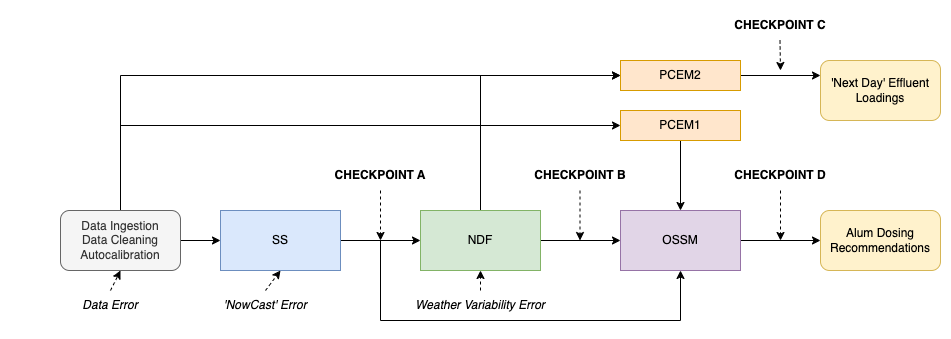
Before: figs/CWSODINCheckpoints.drawio.png, a diagram exported from draw.io (maia-analytica/WRF-ODIN-CWS-Eval). Source tidied: cells renumbered, new cells last; positions are measured from the earlier drawing's top-left corner, leaving out a move shared by most shapes. Source of this version:
```xml
<mxGraphModel>
  <root>
    <mxCell id="0" />
    <mxCell id="1" parent="0" />
    <mxCell id="2" style="edgeStyle=orthogonalEdgeStyle;rounded=0;jettySize=auto;html=1;" parent="1" edge="1" source="5" target="8">
      <mxGeometry relative="1" as="geometry" />
    </mxCell>
    <mxCell id="3" style="edgeStyle=orthogonalEdgeStyle;rounded=0;jettySize=auto;html=1;entryX=0;entryY=0.5;entryDx=0;entryDy=0;" parent="1" edge="1" source="5" target="16">
      <mxGeometry relative="1" as="geometry">
        <Array as="points">
          <mxPoint x="110" y="115" />
        </Array>
      </mxGeometry>
    </mxCell>
    <mxCell id="4" style="edgeStyle=orthogonalEdgeStyle;rounded=0;jettySize=auto;html=1;entryX=0;entryY=0.5;entryDx=0;entryDy=0;" parent="1" edge="1" source="5" target="19">
      <mxGeometry relative="1" as="geometry">
        <Array as="points">
          <mxPoint x="110" y="65" />
        </Array>
      </mxGeometry>
    </mxCell>
    <mxCell id="5" value="Data Ingestion&lt;br&gt;Data Cleaning&lt;br&gt;Autocalibration" style="rounded=1;whiteSpace=wrap;html=1;fillColor=#f5f5f5;fontColor=#333333;strokeColor=#666666;" parent="1" vertex="1">
      <mxGeometry x="50" y="200" width="120" height="60" as="geometry" />
    </mxCell>
    <mxCell id="6" style="edgeStyle=orthogonalEdgeStyle;rounded=0;jettySize=auto;html=1;entryX=0;entryY=0.5;entryDx=0;entryDy=0;" parent="1" edge="1" source="8" target="11">
      <mxGeometry relative="1" as="geometry" />
    </mxCell>
    <mxCell id="7" style="edgeStyle=orthogonalEdgeStyle;rounded=0;jettySize=auto;html=1;entryX=0.5;entryY=1;entryDx=0;entryDy=0;" parent="1" edge="1" target="13">
      <mxGeometry relative="1" as="geometry">
        <mxPoint x="370" y="230" as="sourcePoint" />
        <Array as="points">
          <mxPoint x="370" y="310" />
          <mxPoint x="670" y="310" />
        </Array>
      </mxGeometry>
    </mxCell>
    <mxCell id="8" value="SS" style="rounded=0;whiteSpace=wrap;html=1;fillColor=#dae8fc;strokeColor=#6c8ebf;" parent="1" vertex="1">
      <mxGeometry x="210" y="200" width="120" height="60" as="geometry" />
    </mxCell>
    <mxCell id="9" style="edgeStyle=orthogonalEdgeStyle;rounded=0;jettySize=auto;html=1;entryX=0;entryY=0.5;entryDx=0;entryDy=0;" parent="1" edge="1" source="11" target="13">
      <mxGeometry relative="1" as="geometry" />
    </mxCell>
    <mxCell id="10" style="edgeStyle=orthogonalEdgeStyle;rounded=0;jettySize=auto;html=1;entryX=0;entryY=0.5;entryDx=0;entryDy=0;" parent="1" edge="1" source="11" target="19">
      <mxGeometry relative="1" as="geometry">
        <Array as="points">
          <mxPoint x="470" y="65" />
        </Array>
      </mxGeometry>
    </mxCell>
    <mxCell id="11" value="NDF" style="rounded=0;whiteSpace=wrap;html=1;fillColor=#d5e8d4;strokeColor=#82b366;" parent="1" vertex="1">
      <mxGeometry x="410" y="200" width="120" height="60" as="geometry" />
    </mxCell>
    <mxCell id="12" style="edgeStyle=orthogonalEdgeStyle;rounded=0;jettySize=auto;html=1;entryX=0;entryY=0.5;entryDx=0;entryDy=0;" parent="1" edge="1" source="13" target="14">
      <mxGeometry relative="1" as="geometry" />
    </mxCell>
    <mxCell id="13" value="OSSM" style="rounded=0;whiteSpace=wrap;html=1;fillColor=#e1d5e7;strokeColor=#9673a6;" parent="1" vertex="1">
      <mxGeometry x="610" y="200" width="120" height="60" as="geometry" />
    </mxCell>
    <mxCell id="14" value="Alum Dosing Recommendations" style="rounded=1;whiteSpace=wrap;html=1;fillColor=#fff2cc;strokeColor=#d6b656;" parent="1" vertex="1">
      <mxGeometry x="810" y="200" width="120" height="60" as="geometry" />
    </mxCell>
    <mxCell id="15" style="edgeStyle=orthogonalEdgeStyle;rounded=0;jettySize=auto;html=1;entryX=0.5;entryY=0;entryDx=0;entryDy=0;" parent="1" edge="1" source="16" target="13">
      <mxGeometry relative="1" as="geometry" />
    </mxCell>
    <mxCell id="16" value="PCEM1" style="rounded=0;whiteSpace=wrap;html=1;fillColor=#ffe6cc;strokeColor=#d79b00;" parent="1" vertex="1">
      <mxGeometry x="610" y="100" width="120" height="30" as="geometry" />
    </mxCell>
    <mxCell id="17" value="'Next Day' Effluent Loadings" style="rounded=1;whiteSpace=wrap;html=1;fillColor=#fff2cc;strokeColor=#d6b656;" parent="1" vertex="1">
      <mxGeometry x="810" y="50" width="120" height="60" as="geometry" />
    </mxCell>
    <mxCell id="18" style="edgeStyle=orthogonalEdgeStyle;rounded=0;jettySize=auto;html=1;entryX=0;entryY=0.25;entryDx=0;entryDy=0;" parent="1" edge="1" source="19" target="17">
      <mxGeometry relative="1" as="geometry" />
    </mxCell>
    <mxCell id="19" value="PCEM2" style="rounded=0;whiteSpace=wrap;html=1;fillColor=#ffe6cc;strokeColor=#d79b00;" parent="1" vertex="1">
      <mxGeometry x="610" y="50" width="120" height="30" as="geometry" />
    </mxCell>
    <mxCell id="20" value="&lt;b&gt;CHECKPOINT A&lt;/b&gt;" style="text;html=1;strokeColor=none;fillColor=none;align=center;verticalAlign=middle;whiteSpace=wrap;rounded=0;" parent="1" vertex="1">
      <mxGeometry x="270" y="150" width="200" height="30" as="geometry" />
    </mxCell>
    <mxCell id="21" style="endArrow=classic;html=1;rounded=0;dashed=1;exitX=0.5;exitY=1;exitDx=0;exitDy=0;" parent="1" edge="1" source="20">
      <mxGeometry relative="1" as="geometry">
        <mxPoint x="370" y="230" as="targetPoint" />
      </mxGeometry>
    </mxCell>
    <mxCell id="22" value="&lt;b&gt;CHECKPOINT B&lt;/b&gt;" style="text;html=1;strokeColor=none;fillColor=none;align=center;verticalAlign=middle;whiteSpace=wrap;rounded=0;" parent="1" vertex="1">
      <mxGeometry x="470" y="150" width="200" height="30" as="geometry" />
    </mxCell>
    <mxCell id="23" style="endArrow=classic;html=1;rounded=0;dashed=1;exitX=0.5;exitY=1;exitDx=0;exitDy=0;" parent="1" edge="1">
      <mxGeometry relative="1" as="geometry">
        <mxPoint x="569.5" y="180" as="sourcePoint" />
        <mxPoint x="569.5" y="230" as="targetPoint" />
      </mxGeometry>
    </mxCell>
    <mxCell id="24" value="&lt;b&gt;CHECKPOINT C&lt;/b&gt;" style="text;html=1;strokeColor=none;fillColor=none;align=center;verticalAlign=middle;whiteSpace=wrap;rounded=0;" parent="1" vertex="1">
      <mxGeometry x="670" width="200" height="30" as="geometry" />
    </mxCell>
    <mxCell id="25" style="endArrow=classic;html=1;rounded=0;dashed=1;exitX=0.5;exitY=1;exitDx=0;exitDy=0;" parent="1" edge="1">
      <mxGeometry relative="1" as="geometry">
        <mxPoint x="769.5" y="30" as="sourcePoint" />
        <mxPoint x="770" y="60" as="targetPoint" />
      </mxGeometry>
    </mxCell>
    <mxCell id="26" style="endArrow=classic;html=1;rounded=0;dashed=1;exitX=0.5;exitY=1;exitDx=0;exitDy=0;" parent="1" edge="1">
      <mxGeometry relative="1" as="geometry">
        <mxPoint x="770" y="180" as="sourcePoint" />
        <mxPoint x="770" y="230" as="targetPoint" />
      </mxGeometry>
    </mxCell>
    <mxCell id="27" value="&lt;b&gt;CHECKPOINT D&lt;/b&gt;" style="text;html=1;strokeColor=none;fillColor=none;align=center;verticalAlign=middle;whiteSpace=wrap;rounded=0;" parent="1" vertex="1">
      <mxGeometry x="670" y="150" width="200" height="30" as="geometry" />
    </mxCell>
    <mxCell id="28" value="&lt;i style=&quot;&quot;&gt;Data Error&lt;/i&gt;" style="text;html=1;strokeColor=none;fillColor=none;align=center;verticalAlign=middle;whiteSpace=wrap;rounded=0;" parent="1" vertex="1">
      <mxGeometry y="280" width="200" height="30" as="geometry" />
    </mxCell>
    <mxCell id="29" style="endArrow=classic;html=1;rounded=0;dashed=1;exitX=0.5;exitY=0;exitDx=0;exitDy=0;entryX=0.5;entryY=1;entryDx=0;entryDy=0;" parent="1" edge="1" source="28" target="5">
      <mxGeometry relative="1" as="geometry" />
    </mxCell>
    <mxCell id="30" value="&lt;i&gt;'NowCast' Error&lt;/i&gt;" style="text;html=1;strokeColor=none;fillColor=none;align=center;verticalAlign=middle;whiteSpace=wrap;rounded=0;" parent="1" vertex="1">
      <mxGeometry x="155" y="280" width="200" height="30" as="geometry" />
    </mxCell>
    <mxCell id="31" style="endArrow=classic;html=1;rounded=0;dashed=1;exitX=0.5;exitY=0;exitDx=0;exitDy=0;" parent="1" edge="1" source="30">
      <mxGeometry relative="1" as="geometry">
        <mxPoint x="270" y="260" as="targetPoint" />
      </mxGeometry>
    </mxCell>
    <mxCell id="32" style="endArrow=classic;html=1;rounded=0;dashed=1;exitX=0.5;exitY=0;exitDx=0;exitDy=0;" parent="1" edge="1" source="33">
      <mxGeometry relative="1" as="geometry">
        <mxPoint x="470" y="260" as="targetPoint" />
      </mxGeometry>
    </mxCell>
    <mxCell id="33" value="&lt;i&gt;Weather Variability Error&lt;/i&gt;" style="text;html=1;strokeColor=none;fillColor=none;align=center;verticalAlign=middle;whiteSpace=wrap;rounded=0;" parent="1" vertex="1">
      <mxGeometry x="370" y="280" width="200" height="30" as="geometry" />
    </mxCell>
  </root>
</mxGraphModel>
```
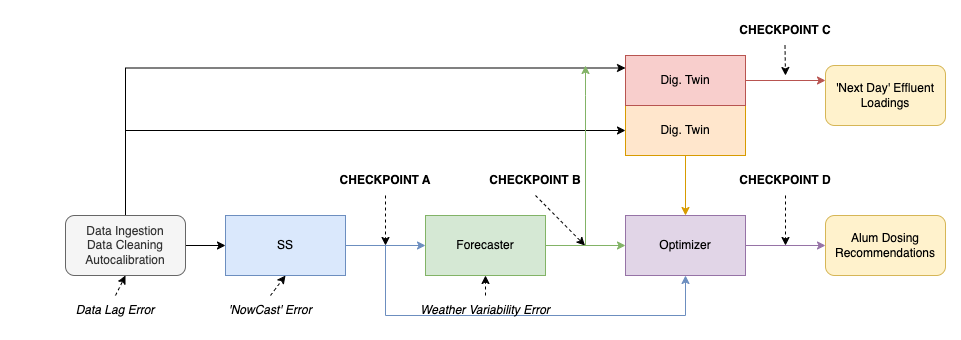
Above is the later version.

Change to the diagram source:
```diff
@@ -2,7 +2,7 @@
   <root>
     <mxCell id="0" />
     <mxCell id="1" parent="0" />
-    <mxCell id="2" style="edgeStyle=orthogonalEdgeStyle;rounded=0;jettySize=auto;html=1;" parent="1" edge="1" source="5" target="8">
+    <mxCell id="2" style="edgeStyle=orthogonalEdgeStyle;rounded=0;jettySize=auto;html=1;fillColor=#dae8fc;strokeColor=#000000;" parent="1" edge="1" source="5" target="8">
       <mxGeometry relative="1" as="geometry" />
     </mxCell>
     <mxCell id="3" style="edgeStyle=orthogonalEdgeStyle;rounded=0;jettySize=auto;html=1;entryX=0;entryY=0.5;entryDx=0;entryDy=0;" parent="1" edge="1" source="5" target="16">
@@ -12,124 +12,128 @@
         </Array>
       </mxGeometry>
     </mxCell>
-    <mxCell id="4" style="edgeStyle=orthogonalEdgeStyle;rounded=0;jettySize=auto;html=1;entryX=0;entryY=0.5;entryDx=0;entryDy=0;" parent="1" edge="1" source="5" target="19">
+    <mxCell id="4" style="edgeStyle=orthogonalEdgeStyle;rounded=0;jettySize=auto;html=1;entryX=0;entryY=0.25;entryDx=0;entryDy=0;" parent="1" edge="1" source="5" target="19">
       <mxGeometry relative="1" as="geometry">
         <Array as="points">
-          <mxPoint x="110" y="65" />
+          <mxPoint x="110" y="53" />
         </Array>
       </mxGeometry>
     </mxCell>
     <mxCell id="5" value="Data Ingestion&lt;br&gt;Data Cleaning&lt;br&gt;Autocalibration" style="rounded=1;whiteSpace=wrap;html=1;fillColor=#f5f5f5;fontColor=#333333;strokeColor=#666666;" parent="1" vertex="1">
       <mxGeometry x="50" y="200" width="120" height="60" as="geometry" />
     </mxCell>
-    <mxCell id="6" style="edgeStyle=orthogonalEdgeStyle;rounded=0;jettySize=auto;html=1;entryX=0;entryY=0.5;entryDx=0;entryDy=0;" parent="1" edge="1" source="8" target="11">
+    <mxCell id="6" style="edgeStyle=orthogonalEdgeStyle;rounded=0;jettySize=auto;html=1;entryX=0;entryY=0.5;entryDx=0;entryDy=0;fillColor=#dae8fc;strokeColor=#6c8ebf;" parent="1" edge="1" source="8" target="11">
       <mxGeometry relative="1" as="geometry" />
     </mxCell>
-    <mxCell id="7" style="edgeStyle=orthogonalEdgeStyle;rounded=0;jettySize=auto;html=1;entryX=0.5;entryY=1;entryDx=0;entryDy=0;" parent="1" edge="1" target="13">
+    <mxCell id="7" style="edgeStyle=orthogonalEdgeStyle;rounded=0;jettySize=auto;html=1;entryX=0.5;entryY=1;entryDx=0;entryDy=0;fillColor=#dae8fc;strokeColor=#6c8ebf;" parent="1" edge="1" target="13">
       <mxGeometry relative="1" as="geometry">
         <mxPoint x="370" y="230" as="sourcePoint" />
         <Array as="points">
-          <mxPoint x="370" y="310" />
-          <mxPoint x="670" y="310" />
+          <mxPoint x="370" y="300" />
+          <mxPoint x="670" y="300" />
         </Array>
       </mxGeometry>
     </mxCell>
     <mxCell id="8" value="SS" style="rounded=0;whiteSpace=wrap;html=1;fillColor=#dae8fc;strokeColor=#6c8ebf;" parent="1" vertex="1">
       <mxGeometry x="210" y="200" width="120" height="60" as="geometry" />
     </mxCell>
-    <mxCell id="9" style="edgeStyle=orthogonalEdgeStyle;rounded=0;jettySize=auto;html=1;entryX=0;entryY=0.5;entryDx=0;entryDy=0;" parent="1" edge="1" source="11" target="13">
+    <mxCell id="9" style="edgeStyle=orthogonalEdgeStyle;rounded=0;jettySize=auto;html=1;entryX=0;entryY=0.5;entryDx=0;entryDy=0;fillColor=#d5e8d4;strokeColor=#82b366;" parent="1" edge="1" source="11" target="13">
       <mxGeometry relative="1" as="geometry" />
     </mxCell>
-    <mxCell id="10" style="edgeStyle=orthogonalEdgeStyle;rounded=0;jettySize=auto;html=1;entryX=0;entryY=0.5;entryDx=0;entryDy=0;" parent="1" edge="1" source="11" target="19">
-      <mxGeometry relative="1" as="geometry">
-        <Array as="points">
-          <mxPoint x="470" y="65" />
-        </Array>
-      </mxGeometry>
-    </mxCell>
+    <mxCell id="34" style="edgeStyle=orthogonalEdgeStyle;rounded=0;orthogonalLoop=1;jettySize=auto;html=1;fillColor=#d5e8d4;strokeColor=#82b366;" parent="1" edge="1">
+      <mxGeometry relative="1" as="geometry">
+        <mxPoint x="570" y="230" as="sourcePoint" />
+        <mxPoint x="570" y="50" as="targetPoint" />
+        <Array as="points">
+          <mxPoint x="570" y="80" />
+        </Array>
+      </mxGeometry>
+    </mxCell>
-    <mxCell id="11" value="NDF" style="rounded=0;whiteSpace=wrap;html=1;fillColor=#d5e8d4;strokeColor=#82b366;" parent="1" vertex="1">
+    <mxCell id="11" value="Forecaster" style="rounded=0;whiteSpace=wrap;html=1;fillColor=#d5e8d4;strokeColor=#82b366;" parent="1" vertex="1">
       <mxGeometry x="410" y="200" width="120" height="60" as="geometry" />
     </mxCell>
-    <mxCell id="12" style="edgeStyle=orthogonalEdgeStyle;rounded=0;jettySize=auto;html=1;entryX=0;entryY=0.5;entryDx=0;entryDy=0;" parent="1" edge="1" source="13" target="14">
+    <mxCell id="12" style="edgeStyle=orthogonalEdgeStyle;rounded=0;jettySize=auto;html=1;entryX=0;entryY=0.5;entryDx=0;entryDy=0;fillColor=#e1d5e7;strokeColor=#9673a6;" parent="1" edge="1" source="13" target="14">
       <mxGeometry relative="1" as="geometry" />
     </mxCell>
-    <mxCell id="13" value="OSSM" style="rounded=0;whiteSpace=wrap;html=1;fillColor=#e1d5e7;strokeColor=#9673a6;" parent="1" vertex="1">
+    <mxCell id="13" value="Optimizer" style="rounded=0;whiteSpace=wrap;html=1;fillColor=#e1d5e7;strokeColor=#9673a6;" parent="1" vertex="1">
       <mxGeometry x="610" y="200" width="120" height="60" as="geometry" />
     </mxCell>
     <mxCell id="14" value="Alum Dosing Recommendations" style="rounded=1;whiteSpace=wrap;html=1;fillColor=#fff2cc;strokeColor=#d6b656;" parent="1" vertex="1">
       <mxGeometry x="810" y="200" width="120" height="60" as="geometry" />
     </mxCell>
-    <mxCell id="15" style="edgeStyle=orthogonalEdgeStyle;rounded=0;jettySize=auto;html=1;entryX=0.5;entryY=0;entryDx=0;entryDy=0;" parent="1" edge="1" source="16" target="13">
+    <mxCell id="15" style="edgeStyle=orthogonalEdgeStyle;rounded=0;jettySize=auto;html=1;entryX=0.5;entryY=0;entryDx=0;entryDy=0;fillColor=#ffe6cc;strokeColor=#d79b00;" parent="1" edge="1" source="16" target="13">
       <mxGeometry relative="1" as="geometry" />
     </mxCell>
-    <mxCell id="16" value="PCEM1" style="rounded=0;whiteSpace=wrap;html=1;fillColor=#ffe6cc;strokeColor=#d79b00;" parent="1" vertex="1">
-      <mxGeometry x="610" y="100" width="120" height="30" as="geometry" />
+    <mxCell id="16" value="Dig. Twin" style="rounded=0;whiteSpace=wrap;html=1;fillColor=#ffe6cc;strokeColor=#d79b00;" parent="1" vertex="1">
+      <mxGeometry x="610" y="90" width="120" height="50" as="geometry" />
     </mxCell>
     <mxCell id="17" value="'Next Day' Effluent Loadings" style="rounded=1;whiteSpace=wrap;html=1;fillColor=#fff2cc;strokeColor=#d6b656;" parent="1" vertex="1">
       <mxGeometry x="810" y="50" width="120" height="60" as="geometry" />
     </mxCell>
-    <mxCell id="18" style="edgeStyle=orthogonalEdgeStyle;rounded=0;jettySize=auto;html=1;entryX=0;entryY=0.25;entryDx=0;entryDy=0;" parent="1" edge="1" source="19" target="17">
+    <mxCell id="18" style="edgeStyle=orthogonalEdgeStyle;rounded=0;jettySize=auto;html=1;entryX=0;entryY=0.25;entryDx=0;entryDy=0;fillColor=#f8cecc;strokeColor=#b85450;" parent="1" edge="1" source="19" target="17">
       <mxGeometry relative="1" as="geometry" />
     </mxCell>
-    <mxCell id="19" value="PCEM2" style="rounded=0;whiteSpace=wrap;html=1;fillColor=#ffe6cc;strokeColor=#d79b00;" parent="1" vertex="1">
-      <mxGeometry x="610" y="50" width="120" height="30" as="geometry" />
+    <mxCell id="19" value="Dig. Twin" style="rounded=0;whiteSpace=wrap;html=1;fillColor=#f8cecc;strokeColor=#b85450;" parent="1" vertex="1">
+      <mxGeometry x="610" y="40" width="120" height="50" as="geometry" />
     </mxCell>
+    <mxCell id="35" value="&lt;i style=&quot;&quot;&gt;Data Lag Error&lt;/i&gt;" style="text;html=1;strokeColor=none;fillColor=none;align=center;verticalAlign=middle;whiteSpace=wrap;rounded=0;" parent="1" vertex="1">
+      <mxGeometry y="280" width="200" height="30" as="geometry" />
+    </mxCell>
+    <mxCell id="30" value="&lt;i&gt;'NowCast' Error&lt;/i&gt;" style="text;html=1;strokeColor=none;fillColor=none;align=center;verticalAlign=middle;whiteSpace=wrap;rounded=0;" parent="1" vertex="1">
+      <mxGeometry x="155" y="280" width="200" height="30" as="geometry" />
+    </mxCell>
+    <mxCell id="36" style="endArrow=classic;html=1;rounded=0;dashed=1;exitX=0.5;exitY=0;exitDx=0;exitDy=0;" parent="1" edge="1" source="30">
+      <mxGeometry relative="1" as="geometry">
+        <mxPoint x="270" y="260" as="targetPoint" />
+      </mxGeometry>
+    </mxCell>
+    <mxCell id="37" style="endArrow=classic;html=1;rounded=0;dashed=1;exitX=0.5;exitY=0;exitDx=0;exitDy=0;entryX=0.5;entryY=1;entryDx=0;entryDy=0;" parent="1" edge="1">
+      <mxGeometry relative="1" as="geometry">
+        <mxPoint x="100" y="280" as="sourcePoint" />
+        <mxPoint x="110" y="260" as="targetPoint" />
+      </mxGeometry>
+    </mxCell>
+    <mxCell id="38" style="endArrow=classic;html=1;rounded=0;dashed=1;exitX=0.5;exitY=0;exitDx=0;exitDy=0;" parent="1" edge="1" source="33">
+      <mxGeometry relative="1" as="geometry">
+        <mxPoint x="470" y="260" as="targetPoint" />
+      </mxGeometry>
+    </mxCell>
+    <mxCell id="33" value="&lt;i&gt;Weather Variability Error&lt;/i&gt;" style="text;html=1;strokeColor=none;fillColor=none;align=center;verticalAlign=middle;whiteSpace=wrap;rounded=0;" parent="1" vertex="1">
+      <mxGeometry x="370" y="280" width="200" height="30" as="geometry" />
+    </mxCell>
-    <mxCell id="20" value="&lt;b&gt;CHECKPOINT A&lt;/b&gt;" style="text;html=1;strokeColor=none;fillColor=none;align=center;verticalAlign=middle;whiteSpace=wrap;rounded=0;" parent="1" vertex="1">
+    <mxCell id="20" value="&lt;b&gt;&lt;font&gt;CHECKPOINT A&lt;/font&gt;&lt;/b&gt;" style="text;html=1;strokeColor=none;fillColor=none;align=center;verticalAlign=middle;whiteSpace=wrap;rounded=0;fontColor=#000000;" parent="1" vertex="1">
       <mxGeometry x="270" y="150" width="200" height="30" as="geometry" />
     </mxCell>
-    <mxCell id="21" style="endArrow=classic;html=1;rounded=0;dashed=1;exitX=0.5;exitY=1;exitDx=0;exitDy=0;" parent="1" edge="1" source="20">
-      <mxGeometry relative="1" as="geometry">
-        <mxPoint x="370" y="230" as="targetPoint" />
-      </mxGeometry>
-    </mxCell>
+    <mxCell id="39" style="endArrow=classic;html=1;rounded=0;dashed=1;exitX=0.5;exitY=1;exitDx=0;exitDy=0;" parent="1" edge="1" source="20">
+      <mxGeometry relative="1" as="geometry">
+        <mxPoint x="370" y="230" as="targetPoint" />
+      </mxGeometry>
+    </mxCell>
-    <mxCell id="22" value="&lt;b&gt;CHECKPOINT B&lt;/b&gt;" style="text;html=1;strokeColor=none;fillColor=none;align=center;verticalAlign=middle;whiteSpace=wrap;rounded=0;" parent="1" vertex="1">
-      <mxGeometry x="470" y="150" width="200" height="30" as="geometry" />
+    <mxCell id="22" value="&lt;b&gt;&lt;font&gt;CHECKPOINT B&lt;/font&gt;&lt;/b&gt;" style="text;html=1;strokeColor=none;fillColor=none;align=center;verticalAlign=middle;whiteSpace=wrap;rounded=0;fontColor=#000000;" parent="1" vertex="1">
+      <mxGeometry x="420" y="150" width="200" height="30" as="geometry" />
     </mxCell>
-    <mxCell id="23" style="endArrow=classic;html=1;rounded=0;dashed=1;exitX=0.5;exitY=1;exitDx=0;exitDy=0;" parent="1" edge="1">
-      <mxGeometry relative="1" as="geometry">
-        <mxPoint x="569.5" y="180" as="sourcePoint" />
-        <mxPoint x="569.5" y="230" as="targetPoint" />
-      </mxGeometry>
-    </mxCell>
+    <mxCell id="40" style="endArrow=classic;html=1;rounded=0;dashed=1;exitX=0.5;exitY=1;exitDx=0;exitDy=0;" parent="1" edge="1" source="22">
+      <mxGeometry relative="1" as="geometry">
+        <mxPoint x="569.5" y="230" as="targetPoint" />
+      </mxGeometry>
+    </mxCell>
-    <mxCell id="24" value="&lt;b&gt;CHECKPOINT C&lt;/b&gt;" style="text;html=1;strokeColor=none;fillColor=none;align=center;verticalAlign=middle;whiteSpace=wrap;rounded=0;" parent="1" vertex="1">
+    <mxCell id="24" value="&lt;b&gt;&lt;font&gt;CHECKPOINT C&lt;/font&gt;&lt;/b&gt;" style="text;html=1;strokeColor=none;fillColor=none;align=center;verticalAlign=middle;whiteSpace=wrap;rounded=0;fontColor=#000000;" parent="1" vertex="1">
       <mxGeometry x="670" width="200" height="30" as="geometry" />
     </mxCell>
-    <mxCell id="25" style="endArrow=classic;html=1;rounded=0;dashed=1;exitX=0.5;exitY=1;exitDx=0;exitDy=0;" parent="1" edge="1">
-      <mxGeometry relative="1" as="geometry">
-        <mxPoint x="769.5" y="30" as="sourcePoint" />
-        <mxPoint x="770" y="60" as="targetPoint" />
-      </mxGeometry>
-    </mxCell>
-    <mxCell id="26" style="endArrow=classic;html=1;rounded=0;dashed=1;exitX=0.5;exitY=1;exitDx=0;exitDy=0;" parent="1" edge="1">
-      <mxGeometry relative="1" as="geometry">
-        <mxPoint x="770" y="180" as="sourcePoint" />
-        <mxPoint x="770" y="230" as="targetPoint" />
-      </mxGeometry>
-    </mxCell>
+    <mxCell id="41" style="endArrow=classic;html=1;rounded=0;dashed=1;exitX=0.5;exitY=1;exitDx=0;exitDy=0;" parent="1" edge="1">
+      <mxGeometry relative="1" as="geometry">
+        <mxPoint x="769.5" y="30" as="sourcePoint" />
+        <mxPoint x="770" y="60" as="targetPoint" />
+      </mxGeometry>
+    </mxCell>
+    <mxCell id="42" style="endArrow=classic;html=1;rounded=0;dashed=1;exitX=0.5;exitY=1;exitDx=0;exitDy=0;" parent="1" edge="1">
+      <mxGeometry relative="1" as="geometry">
+        <mxPoint x="770" y="180" as="sourcePoint" />
+        <mxPoint x="770" y="230" as="targetPoint" />
+      </mxGeometry>
+    </mxCell>
-    <mxCell id="27" value="&lt;b&gt;CHECKPOINT D&lt;/b&gt;" style="text;html=1;strokeColor=none;fillColor=none;align=center;verticalAlign=middle;whiteSpace=wrap;rounded=0;" parent="1" vertex="1">
+    <mxCell id="27" value="&lt;b&gt;&lt;font&gt;CHECKPOINT D&lt;/font&gt;&lt;/b&gt;" style="text;html=1;strokeColor=none;fillColor=none;align=center;verticalAlign=middle;whiteSpace=wrap;rounded=0;fontColor=#000000;" parent="1" vertex="1">
       <mxGeometry x="670" y="150" width="200" height="30" as="geometry" />
     </mxCell>
-    <mxCell id="28" value="&lt;i style=&quot;&quot;&gt;Data Error&lt;/i&gt;" style="text;html=1;strokeColor=none;fillColor=none;align=center;verticalAlign=middle;whiteSpace=wrap;rounded=0;" parent="1" vertex="1">
-      <mxGeometry y="280" width="200" height="30" as="geometry" />
-    </mxCell>
-    <mxCell id="29" style="endArrow=classic;html=1;rounded=0;dashed=1;exitX=0.5;exitY=0;exitDx=0;exitDy=0;entryX=0.5;entryY=1;entryDx=0;entryDy=0;" parent="1" edge="1" source="28" target="5">
-      <mxGeometry relative="1" as="geometry" />
-    </mxCell>
-    <mxCell id="30" value="&lt;i&gt;'NowCast' Error&lt;/i&gt;" style="text;html=1;strokeColor=none;fillColor=none;align=center;verticalAlign=middle;whiteSpace=wrap;rounded=0;" parent="1" vertex="1">
-      <mxGeometry x="155" y="280" width="200" height="30" as="geometry" />
-    </mxCell>
-    <mxCell id="31" style="endArrow=classic;html=1;rounded=0;dashed=1;exitX=0.5;exitY=0;exitDx=0;exitDy=0;" parent="1" edge="1" source="30">
-      <mxGeometry relative="1" as="geometry">
-        <mxPoint x="270" y="260" as="targetPoint" />
-      </mxGeometry>
-    </mxCell>
-    <mxCell id="32" style="endArrow=classic;html=1;rounded=0;dashed=1;exitX=0.5;exitY=0;exitDx=0;exitDy=0;" parent="1" edge="1" source="33">
-      <mxGeometry relative="1" as="geometry">
-        <mxPoint x="470" y="260" as="targetPoint" />
-      </mxGeometry>
-    </mxCell>
-    <mxCell id="33" value="&lt;i&gt;Weather Variability Error&lt;/i&gt;" style="text;html=1;strokeColor=none;fillColor=none;align=center;verticalAlign=middle;whiteSpace=wrap;rounded=0;" parent="1" vertex="1">
-      <mxGeometry x="370" y="280" width="200" height="30" as="geometry" />
-    </mxCell>
   </root>
 </mxGraphModel>
```
